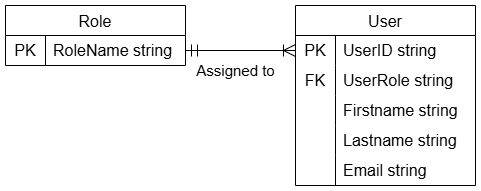
This is SEGroup5/Documentation/User And Role Table.drawio.png from Cmerch91/SEGroup5, a draw.io export, as it was before one commit. Source tidied: cells renumbered, new cells last; positions are measured from the earlier drawing's top-left corner, leaving out a move shared by most shapes. Its diagram source:
```xml
<mxGraphModel>
  <root>
    <mxCell id="0" />
    <mxCell id="1" parent="0" />
    <mxCell id="2" value="Role" style="shape=table;startSize=30;rowLines=0;fontStyle=0;strokeColor=default;fontSize=16;" parent="1" vertex="1">
      <mxGeometry width="180" height="60" as="geometry" />
    </mxCell>
    <mxCell id="3" style="shape=tableRow;horizontal=0;startSize=0;swimlaneHead=0;swimlaneBody=0;top=0;left=0;bottom=0;right=0;fillColor=none;points=[[0,0.5],[1,0.5]];portConstraint=eastwest;strokeColor=inherit;fontSize=16;" parent="2" vertex="1">
      <mxGeometry y="30" width="180" height="30" as="geometry" />
    </mxCell>
    <mxCell id="4" value="PK" style="shape=partialRectangle;html=1;whiteSpace=wrap;fillColor=none;top=0;left=0;bottom=0;right=0;overflow=hidden;strokeColor=inherit;fontSize=16;" parent="3" vertex="1">
      <mxGeometry width="40" height="30" as="geometry" />
    </mxCell>
    <mxCell id="5" value="RoleName string" style="shape=partialRectangle;html=1;whiteSpace=wrap;fillColor=none;top=0;left=0;bottom=0;right=0;align=left;spacingLeft=6;overflow=hidden;strokeColor=inherit;fontSize=16;" parent="3" vertex="1">
      <mxGeometry x="40" width="140" height="30" as="geometry" />
    </mxCell>
    <mxCell id="6" value="User" style="shape=table;startSize=30;rowLines=0;fontStyle=0;strokeColor=default;fontSize=16;" parent="1" vertex="1">
      <mxGeometry x="290" width="180" height="180" as="geometry" />
    </mxCell>
    <mxCell id="7" style="shape=tableRow;horizontal=0;startSize=0;swimlaneHead=0;swimlaneBody=0;top=0;left=0;bottom=0;right=0;fillColor=none;points=[[0,0.5],[1,0.5]];portConstraint=eastwest;strokeColor=inherit;fontSize=16;" parent="6" vertex="1">
      <mxGeometry y="30" width="180" height="30" as="geometry" />
    </mxCell>
    <mxCell id="8" value="PK" style="shape=partialRectangle;html=1;whiteSpace=wrap;fillColor=none;top=0;left=0;bottom=0;right=0;overflow=hidden;strokeColor=inherit;fontSize=16;" parent="7" vertex="1">
      <mxGeometry width="40" height="30" as="geometry" />
    </mxCell>
    <mxCell id="9" value="UserID string" style="shape=partialRectangle;html=1;whiteSpace=wrap;fillColor=none;top=0;left=0;bottom=0;right=0;align=left;spacingLeft=6;overflow=hidden;strokeColor=inherit;fontSize=16;" parent="7" vertex="1">
      <mxGeometry x="40" width="140" height="30" as="geometry" />
    </mxCell>
    <mxCell id="10" style="shape=tableRow;horizontal=0;startSize=0;swimlaneHead=0;swimlaneBody=0;top=0;left=0;bottom=0;right=0;fillColor=none;strokeColor=inherit;fontSize=16;" parent="6" vertex="1">
      <mxGeometry y="60" width="180" height="30" as="geometry" />
    </mxCell>
    <mxCell id="11" value="FK" style="shape=partialRectangle;html=1;whiteSpace=wrap;fillColor=none;top=0;left=0;bottom=0;right=0;overflow=hidden;strokeColor=inherit;fontSize=16;" parent="10" vertex="1">
      <mxGeometry width="40" height="30" as="geometry" />
    </mxCell>
    <mxCell id="12" value="UserRole string" style="shape=partialRectangle;html=1;whiteSpace=wrap;fillColor=none;top=0;left=0;bottom=0;right=0;align=left;spacingLeft=6;overflow=hidden;strokeColor=inherit;fontSize=16;" parent="10" vertex="1">
      <mxGeometry x="40" width="140" height="30" as="geometry" />
    </mxCell>
    <mxCell id="13" style="shape=tableRow;horizontal=0;startSize=0;swimlaneHead=0;swimlaneBody=0;top=0;left=0;bottom=0;right=0;fillColor=none;strokeColor=inherit;fontSize=16;" parent="6" vertex="1">
      <mxGeometry y="90" width="180" height="30" as="geometry" />
    </mxCell>
    <mxCell id="14" style="shape=partialRectangle;html=1;whiteSpace=wrap;fillColor=none;top=0;left=0;bottom=0;right=0;overflow=hidden;strokeColor=inherit;fontSize=16;" parent="13" vertex="1">
      <mxGeometry width="40" height="30" as="geometry" />
    </mxCell>
    <mxCell id="15" value="Firstname string" style="shape=partialRectangle;html=1;whiteSpace=wrap;fillColor=none;top=0;left=0;bottom=0;right=0;align=left;spacingLeft=6;overflow=hidden;strokeColor=inherit;fontSize=16;" parent="13" vertex="1">
      <mxGeometry x="40" width="140" height="30" as="geometry" />
    </mxCell>
    <mxCell id="16" style="shape=tableRow;horizontal=0;startSize=0;swimlaneHead=0;swimlaneBody=0;top=0;left=0;bottom=0;right=0;fillColor=none;strokeColor=inherit;fontSize=16;" parent="6" vertex="1">
      <mxGeometry y="120" width="180" height="30" as="geometry" />
    </mxCell>
    <mxCell id="17" style="shape=partialRectangle;html=1;whiteSpace=wrap;fillColor=none;top=0;left=0;bottom=0;right=0;overflow=hidden;strokeColor=inherit;fontSize=16;" parent="16" vertex="1">
      <mxGeometry width="40" height="30" as="geometry" />
    </mxCell>
    <mxCell id="18" value="Lastname string" style="shape=partialRectangle;html=1;whiteSpace=wrap;fillColor=none;top=0;left=0;bottom=0;right=0;align=left;spacingLeft=6;overflow=hidden;strokeColor=inherit;fontSize=16;" parent="16" vertex="1">
      <mxGeometry x="40" width="140" height="30" as="geometry" />
    </mxCell>
    <mxCell id="19" style="shape=tableRow;horizontal=0;startSize=0;swimlaneHead=0;swimlaneBody=0;top=0;left=0;bottom=0;right=0;fillColor=none;strokeColor=inherit;fontSize=16;" parent="6" vertex="1">
      <mxGeometry y="150" width="180" height="30" as="geometry" />
    </mxCell>
    <mxCell id="20" style="shape=partialRectangle;html=1;whiteSpace=wrap;fillColor=none;top=0;left=0;bottom=0;right=0;overflow=hidden;strokeColor=inherit;fontSize=16;" parent="19" vertex="1">
      <mxGeometry width="40" height="30" as="geometry" />
    </mxCell>
    <mxCell id="21" value="Email string" style="shape=partialRectangle;html=1;whiteSpace=wrap;fillColor=none;top=0;left=0;bottom=0;right=0;align=left;spacingLeft=6;overflow=hidden;strokeColor=inherit;fontSize=16;" parent="19" vertex="1">
      <mxGeometry x="40" width="140" height="30" as="geometry" />
    </mxCell>
    <mxCell id="22" style="endArrow=ERoneToMany;html=1;rounded=0;exitX=1;exitY=0.5;exitDx=0;exitDy=0;entryX=0;entryY=0.5;entryDx=0;entryDy=0;startArrow=ERmandOne;startFill=0;endFill=0;endSize=10;startSize=10;" parent="1" edge="1" source="3" target="7">
      <mxGeometry relative="1" as="geometry" />
    </mxCell>
    <mxCell id="23" value="&lt;font style=&quot;font-size: 15px;&quot;&gt;Assigned to&lt;/font&gt;" style="text;html=1;align=center;verticalAlign=middle;strokeColor=none;fillColor=none;" parent="1" vertex="1">
      <mxGeometry x="180" y="50" width="100" height="30" as="geometry" />
    </mxCell>
  </root>
</mxGraphModel>
```
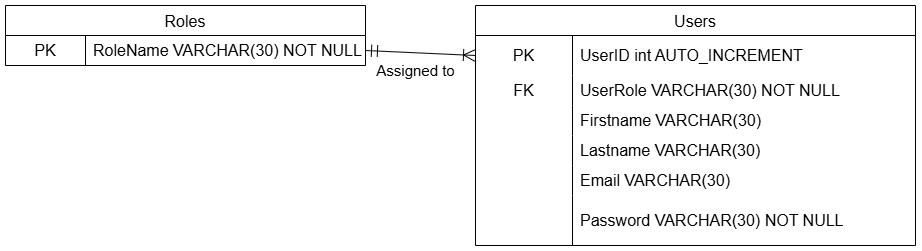
After the change.

What changed in the source:
```diff
@@ -2,67 +2,76 @@
   <root>
     <mxCell id="0" />
     <mxCell id="1" parent="0" />
-    <mxCell id="2" value="Role" style="shape=table;startSize=30;rowLines=0;fontStyle=0;strokeColor=default;fontSize=16;" parent="1" vertex="1">
-      <mxGeometry width="180" height="60" as="geometry" />
+    <mxCell id="2" value="Roles" style="shape=table;startSize=30;rowLines=0;fontStyle=0;strokeColor=default;fontSize=16;" parent="1" vertex="1">
+      <mxGeometry x="-180" width="360" height="60" as="geometry" />
     </mxCell>
     <mxCell id="3" style="shape=tableRow;horizontal=0;startSize=0;swimlaneHead=0;swimlaneBody=0;top=0;left=0;bottom=0;right=0;fillColor=none;points=[[0,0.5],[1,0.5]];portConstraint=eastwest;strokeColor=inherit;fontSize=16;" parent="2" vertex="1">
-      <mxGeometry y="30" width="180" height="30" as="geometry" />
+      <mxGeometry y="30" width="360" height="30" as="geometry" />
     </mxCell>
     <mxCell id="4" value="PK" style="shape=partialRectangle;html=1;whiteSpace=wrap;fillColor=none;top=0;left=0;bottom=0;right=0;overflow=hidden;strokeColor=inherit;fontSize=16;" parent="3" vertex="1">
-      <mxGeometry width="40" height="30" as="geometry" />
+      <mxGeometry width="80" height="30" as="geometry" />
     </mxCell>
-    <mxCell id="5" value="RoleName string" style="shape=partialRectangle;html=1;whiteSpace=wrap;fillColor=none;top=0;left=0;bottom=0;right=0;align=left;spacingLeft=6;overflow=hidden;strokeColor=inherit;fontSize=16;" parent="3" vertex="1">
-      <mxGeometry x="40" width="140" height="30" as="geometry" />
+    <mxCell id="5" value="RoleName VARCHAR(30) NOT NULL" style="shape=partialRectangle;html=1;whiteSpace=wrap;fillColor=none;top=0;left=0;bottom=0;right=0;align=left;spacingLeft=6;overflow=hidden;strokeColor=inherit;fontSize=16;" parent="3" vertex="1">
+      <mxGeometry x="80" width="280" height="30" as="geometry" />
     </mxCell>
-    <mxCell id="6" value="User" style="shape=table;startSize=30;rowLines=0;fontStyle=0;strokeColor=default;fontSize=16;" parent="1" vertex="1">
-      <mxGeometry x="290" width="180" height="180" as="geometry" />
+    <mxCell id="6" value="Users" style="shape=table;startSize=30;rowLines=0;fontStyle=0;strokeColor=default;fontSize=16;" parent="1" vertex="1">
+      <mxGeometry x="290" width="440" height="240" as="geometry" />
     </mxCell>
     <mxCell id="7" style="shape=tableRow;horizontal=0;startSize=0;swimlaneHead=0;swimlaneBody=0;top=0;left=0;bottom=0;right=0;fillColor=none;points=[[0,0.5],[1,0.5]];portConstraint=eastwest;strokeColor=inherit;fontSize=16;" parent="6" vertex="1">
-      <mxGeometry y="30" width="180" height="30" as="geometry" />
+      <mxGeometry y="30" width="440" height="40" as="geometry" />
     </mxCell>
     <mxCell id="8" value="PK" style="shape=partialRectangle;html=1;whiteSpace=wrap;fillColor=none;top=0;left=0;bottom=0;right=0;overflow=hidden;strokeColor=inherit;fontSize=16;" parent="7" vertex="1">
-      <mxGeometry width="40" height="30" as="geometry" />
+      <mxGeometry width="97" height="40" as="geometry" />
     </mxCell>
-    <mxCell id="9" value="UserID string" style="shape=partialRectangle;html=1;whiteSpace=wrap;fillColor=none;top=0;left=0;bottom=0;right=0;align=left;spacingLeft=6;overflow=hidden;strokeColor=inherit;fontSize=16;" parent="7" vertex="1">
-      <mxGeometry x="40" width="140" height="30" as="geometry" />
+    <mxCell id="9" value="UserID int AUTO_INCREMENT" style="shape=partialRectangle;html=1;whiteSpace=wrap;fillColor=none;top=0;left=0;bottom=0;right=0;align=left;spacingLeft=6;overflow=hidden;strokeColor=inherit;fontSize=16;" parent="7" vertex="1">
+      <mxGeometry x="97" width="343" height="40" as="geometry" />
     </mxCell>
     <mxCell id="10" style="shape=tableRow;horizontal=0;startSize=0;swimlaneHead=0;swimlaneBody=0;top=0;left=0;bottom=0;right=0;fillColor=none;strokeColor=inherit;fontSize=16;" parent="6" vertex="1">
-      <mxGeometry y="60" width="180" height="30" as="geometry" />
+      <mxGeometry y="70" width="440" height="30" as="geometry" />
     </mxCell>
     <mxCell id="11" value="FK" style="shape=partialRectangle;html=1;whiteSpace=wrap;fillColor=none;top=0;left=0;bottom=0;right=0;overflow=hidden;strokeColor=inherit;fontSize=16;" parent="10" vertex="1">
-      <mxGeometry width="40" height="30" as="geometry" />
+      <mxGeometry width="97" height="30" as="geometry" />
     </mxCell>
-    <mxCell id="12" value="UserRole string" style="shape=partialRectangle;html=1;whiteSpace=wrap;fillColor=none;top=0;left=0;bottom=0;right=0;align=left;spacingLeft=6;overflow=hidden;strokeColor=inherit;fontSize=16;" parent="10" vertex="1">
-      <mxGeometry x="40" width="140" height="30" as="geometry" />
+    <mxCell id="12" value="UserRole VARCHAR(30) NOT NULL" style="shape=partialRectangle;html=1;whiteSpace=wrap;fillColor=none;top=0;left=0;bottom=0;right=0;align=left;spacingLeft=6;overflow=hidden;strokeColor=inherit;fontSize=16;" parent="10" vertex="1">
+      <mxGeometry x="97" width="343" height="30" as="geometry" />
     </mxCell>
     <mxCell id="13" style="shape=tableRow;horizontal=0;startSize=0;swimlaneHead=0;swimlaneBody=0;top=0;left=0;bottom=0;right=0;fillColor=none;strokeColor=inherit;fontSize=16;" parent="6" vertex="1">
-      <mxGeometry y="90" width="180" height="30" as="geometry" />
+      <mxGeometry y="100" width="440" height="30" as="geometry" />
     </mxCell>
     <mxCell id="14" style="shape=partialRectangle;html=1;whiteSpace=wrap;fillColor=none;top=0;left=0;bottom=0;right=0;overflow=hidden;strokeColor=inherit;fontSize=16;" parent="13" vertex="1">
-      <mxGeometry width="40" height="30" as="geometry" />
+      <mxGeometry width="97" height="30" as="geometry" />
     </mxCell>
-    <mxCell id="15" value="Firstname string" style="shape=partialRectangle;html=1;whiteSpace=wrap;fillColor=none;top=0;left=0;bottom=0;right=0;align=left;spacingLeft=6;overflow=hidden;strokeColor=inherit;fontSize=16;" parent="13" vertex="1">
-      <mxGeometry x="40" width="140" height="30" as="geometry" />
+    <mxCell id="15" value="Firstname VARCHAR(30)" style="shape=partialRectangle;html=1;whiteSpace=wrap;fillColor=none;top=0;left=0;bottom=0;right=0;align=left;spacingLeft=6;overflow=hidden;strokeColor=inherit;fontSize=16;" parent="13" vertex="1">
+      <mxGeometry x="97" width="343" height="30" as="geometry" />
     </mxCell>
     <mxCell id="16" style="shape=tableRow;horizontal=0;startSize=0;swimlaneHead=0;swimlaneBody=0;top=0;left=0;bottom=0;right=0;fillColor=none;strokeColor=inherit;fontSize=16;" parent="6" vertex="1">
-      <mxGeometry y="120" width="180" height="30" as="geometry" />
+      <mxGeometry y="130" width="440" height="30" as="geometry" />
     </mxCell>
     <mxCell id="17" style="shape=partialRectangle;html=1;whiteSpace=wrap;fillColor=none;top=0;left=0;bottom=0;right=0;overflow=hidden;strokeColor=inherit;fontSize=16;" parent="16" vertex="1">
-      <mxGeometry width="40" height="30" as="geometry" />
+      <mxGeometry width="97" height="30" as="geometry" />
     </mxCell>
-    <mxCell id="18" value="Lastname string" style="shape=partialRectangle;html=1;whiteSpace=wrap;fillColor=none;top=0;left=0;bottom=0;right=0;align=left;spacingLeft=6;overflow=hidden;strokeColor=inherit;fontSize=16;" parent="16" vertex="1">
-      <mxGeometry x="40" width="140" height="30" as="geometry" />
+    <mxCell id="18" value="Lastname VARCHAR(30)" style="shape=partialRectangle;html=1;whiteSpace=wrap;fillColor=none;top=0;left=0;bottom=0;right=0;align=left;spacingLeft=6;overflow=hidden;strokeColor=inherit;fontSize=16;" parent="16" vertex="1">
+      <mxGeometry x="97" width="343" height="30" as="geometry" />
     </mxCell>
     <mxCell id="19" style="shape=tableRow;horizontal=0;startSize=0;swimlaneHead=0;swimlaneBody=0;top=0;left=0;bottom=0;right=0;fillColor=none;strokeColor=inherit;fontSize=16;" parent="6" vertex="1">
-      <mxGeometry y="150" width="180" height="30" as="geometry" />
+      <mxGeometry y="160" width="440" height="30" as="geometry" />
     </mxCell>
     <mxCell id="20" style="shape=partialRectangle;html=1;whiteSpace=wrap;fillColor=none;top=0;left=0;bottom=0;right=0;overflow=hidden;strokeColor=inherit;fontSize=16;" parent="19" vertex="1">
-      <mxGeometry width="40" height="30" as="geometry" />
+      <mxGeometry width="97" height="30" as="geometry" />
     </mxCell>
-    <mxCell id="21" value="Email string" style="shape=partialRectangle;html=1;whiteSpace=wrap;fillColor=none;top=0;left=0;bottom=0;right=0;align=left;spacingLeft=6;overflow=hidden;strokeColor=inherit;fontSize=16;" parent="19" vertex="1">
-      <mxGeometry x="40" width="140" height="30" as="geometry" />
+    <mxCell id="21" value="Email VARCHAR(30)" style="shape=partialRectangle;html=1;whiteSpace=wrap;fillColor=none;top=0;left=0;bottom=0;right=0;align=left;spacingLeft=6;overflow=hidden;strokeColor=inherit;fontSize=16;" parent="19" vertex="1">
+      <mxGeometry x="97" width="343" height="30" as="geometry" />
     </mxCell>
+    <mxCell id="24" style="shape=tableRow;horizontal=0;startSize=0;swimlaneHead=0;swimlaneBody=0;top=0;left=0;bottom=0;right=0;fillColor=none;strokeColor=inherit;fontSize=16;" parent="6" vertex="1">
+      <mxGeometry y="190" width="440" height="50" as="geometry" />
+    </mxCell>
+    <mxCell id="25" style="shape=partialRectangle;html=1;whiteSpace=wrap;fillColor=none;top=0;left=0;bottom=0;right=0;overflow=hidden;strokeColor=inherit;fontSize=16;" parent="24" vertex="1">
+      <mxGeometry width="97" height="50" as="geometry" />
+    </mxCell>
+    <mxCell id="26" value="Password VARCHAR(30) NOT NULL" style="shape=partialRectangle;html=1;whiteSpace=wrap;fillColor=none;top=0;left=0;bottom=0;right=0;align=left;spacingLeft=6;overflow=hidden;strokeColor=inherit;fontSize=16;" parent="24" vertex="1">
+      <mxGeometry x="97" width="343" height="50" as="geometry" />
+    </mxCell>
-    <mxCell id="22" style="endArrow=ERoneToMany;html=1;rounded=0;exitX=1;exitY=0.5;exitDx=0;exitDy=0;entryX=0;entryY=0.5;entryDx=0;entryDy=0;startArrow=ERmandOne;startFill=0;endFill=0;endSize=10;startSize=10;" parent="1" edge="1" source="3" target="7">
+    <mxCell id="22" style="endArrow=ERoneToMany;html=1;rounded=0;exitX=1;exitY=0.5;exitDx=0;exitDy=0;startArrow=ERmandOne;startFill=0;endFill=0;endSize=10;startSize=10;entryX=0;entryY=0.5;entryDx=0;entryDy=0;" parent="1" edge="1" source="3" target="7">
       <mxGeometry relative="1" as="geometry" />
     </mxCell>
     <mxCell id="23" value="&lt;font style=&quot;font-size: 15px;&quot;&gt;Assigned to&lt;/font&gt;" style="text;html=1;align=center;verticalAlign=middle;strokeColor=none;fillColor=none;" parent="1" vertex="1">
```
